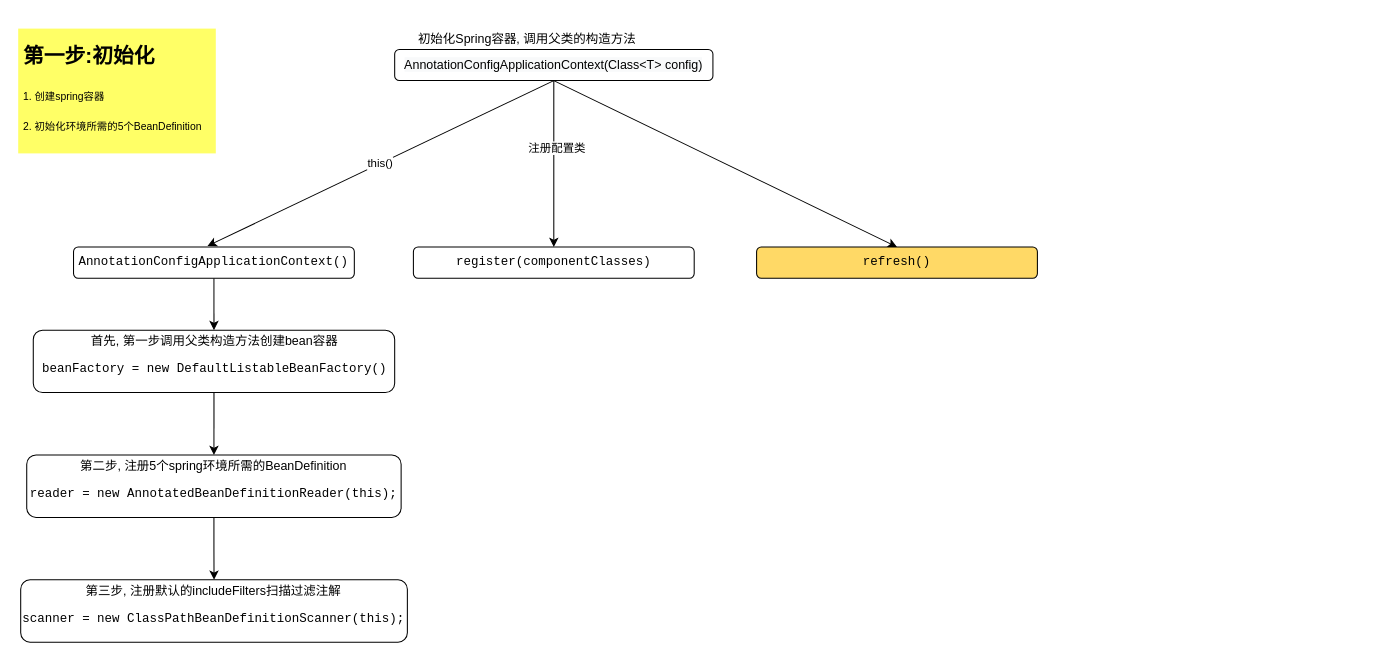
Earlier version of the draw.io diagram runninpanda/framework/spring/Spring.drawio (naccoit/drawio). Source tidied: cells renumbered, new cells numbered last; positions are measured from the earlier drawing's top-left corner, leaving out a move shared by most shapes. Both pictures are drawn from the tidied source at 104%, with x=0, y=0 at pixel (18, 28).
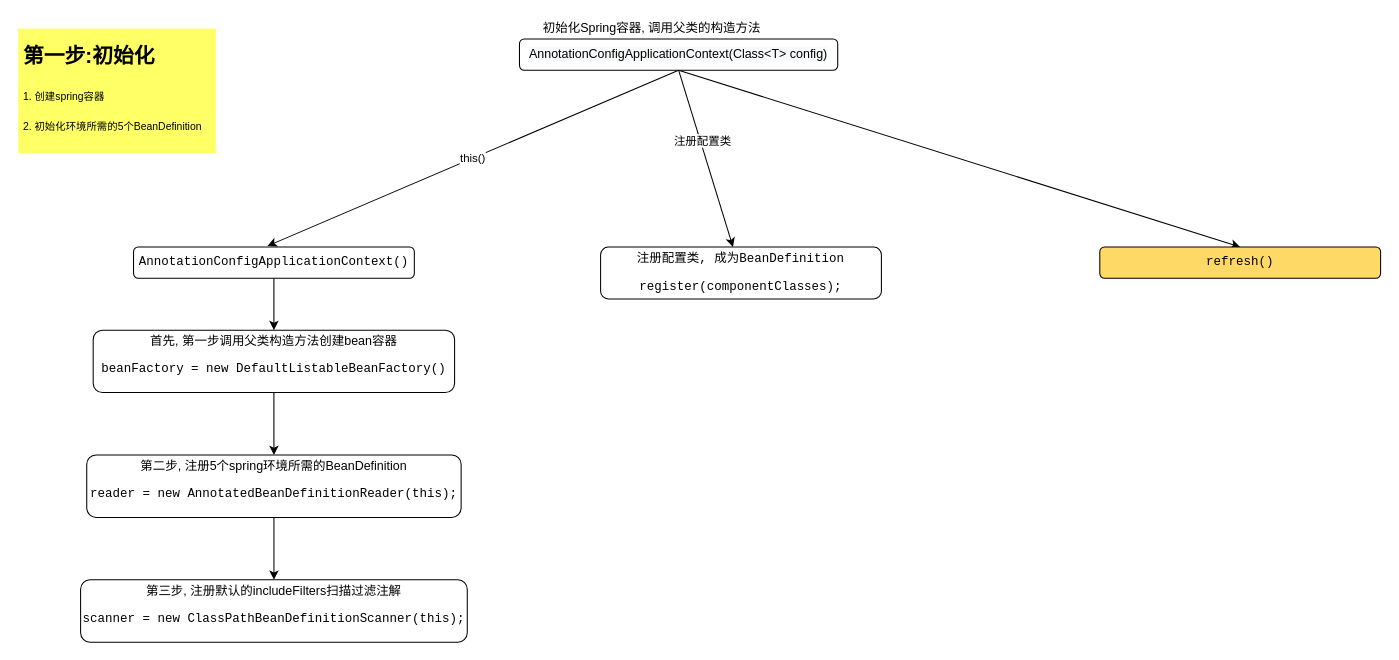
The same diagram, later.

The edit, as a diff of the source:
```diff
@@
 <mxGraphModel>
   <root>
     <mxCell id="0" />
     <mxCell id="1" parent="0" />
     <mxCell id="2" value="this()" style="rounded=0;jettySize=auto;html=1;exitX=0.5;exitY=1;exitDx=0;exitDy=0;entryX=0.477;entryY=-0.033;entryDx=0;entryDy=0;entryPerimeter=0;" parent="1" edge="1" source="6" target="10">
       <mxGeometry relative="1" as="geometry" />
     </mxCell>
     <mxCell id="3" style="rounded=0;jettySize=auto;html=1;exitX=0.5;exitY=1;exitDx=0;exitDy=0;" parent="1" edge="1" source="6" target="11">
       <mxGeometry relative="1" as="geometry" />
     </mxCell>
     <mxCell id="4" value="注册配置类" style="edgeLabel;html=1;align=center;verticalAlign=middle;" parent="3" vertex="1">
       <mxGeometry x="-0.2" y="2" relative="1" as="geometry" />
     </mxCell>
     <mxCell id="5" style="edgeStyle=none;rounded=0;jettySize=auto;html=1;exitX=0.5;exitY=1;exitDx=0;exitDy=0;entryX=0.5;entryY=0;entryDx=0;entryDy=0;" parent="1" edge="1" source="6" target="12">
       <mxGeometry relative="1" as="geometry" />
     </mxCell>
     <mxCell id="6" value="&lt;span style=&quot;color: rgb(0 , 0 , 0) ; font-family: &amp;#34;helvetica&amp;#34; ; font-size: 12px ; font-style: normal ; font-weight: 400 ; letter-spacing: normal ; text-align: center ; text-indent: 0px ; text-transform: none ; word-spacing: 0px ; background-color: rgb(248 , 249 , 250) ; display: inline ; float: none&quot;&gt;AnnotationConfigApplicationContext(Class&amp;lt;T&amp;gt; config)&lt;/span&gt;" style="rounded=1;whiteSpace=wrap;html=1;" parent="1" vertex="1">
-      <mxGeometry x="362" y="20" width="306" height="30" as="geometry" />
+      <mxGeometry x="482" y="10" width="306" height="30" as="geometry" />
     </mxCell>
     <mxCell id="7" value="初始化Spring容器, 调用父类的构造方法" style="text;html=1;strokeColor=none;fillColor=none;align=center;verticalAlign=middle;whiteSpace=wrap;rounded=0;" parent="1" vertex="1">
-      <mxGeometry x="380" width="219" height="20" as="geometry" />
+      <mxGeometry x="500" y="-10" width="219" height="20" as="geometry" />
     </mxCell>
     <mxCell id="8" value="&lt;h1&gt;&lt;sub&gt;第一步:初始化&lt;/sub&gt;&lt;/h1&gt;&lt;p&gt;&lt;sub&gt;1. 创建spring容器&lt;/sub&gt;&lt;/p&gt;&lt;p&gt;&lt;sub&gt;2. 初始化环境所需的5个BeanDefinition&lt;/sub&gt;&lt;/p&gt;&lt;p&gt;&lt;br&gt;&lt;/p&gt;" style="text;html=1;strokeColor=none;fillColor=#FFFF66;spacing=5;spacingTop=-20;whiteSpace=wrap;overflow=hidden;rounded=0;" parent="1" vertex="1">
       <mxGeometry width="190" height="120" as="geometry" />
     </mxCell>
     <mxCell id="9" style="edgeStyle=none;rounded=0;jettySize=auto;html=1;" parent="1" edge="1" source="10" target="14">
       <mxGeometry relative="1" as="geometry" />
     </mxCell>
     <mxCell id="10" value="&lt;pre&gt;&lt;pre&gt;AnnotationConfigApplicationContext()&lt;/pre&gt;&lt;/pre&gt;" style="rounded=1;whiteSpace=wrap;html=1;labelBackgroundColor=none;fillColor=#FFFFFF;" parent="1" vertex="1">
-      <mxGeometry x="53.2" y="210" width="270" height="30" as="geometry" />
+      <mxGeometry x="110.9" y="210" width="270" height="30" as="geometry" />
     </mxCell>
-    <mxCell id="11" value="&lt;pre&gt;&lt;pre&gt;&lt;pre&gt;register(componentClasses)&lt;/pre&gt;&lt;/pre&gt;&lt;/pre&gt;" style="rounded=1;whiteSpace=wrap;html=1;labelBackgroundColor=none;fillColor=#FFFFFF;" parent="1" vertex="1">
-      <mxGeometry x="380" y="210" width="270" height="30" as="geometry" />
+    <mxCell id="11" value="&lt;pre&gt;&lt;pre&gt;&lt;pre&gt;注册配置类, 成为BeanDefinition&lt;/pre&gt;&lt;pre&gt;register(componentClasses);&lt;/pre&gt;&lt;/pre&gt;&lt;/pre&gt;" style="rounded=1;whiteSpace=wrap;html=1;labelBackgroundColor=none;fillColor=#FFFFFF;" parent="1" vertex="1">
+      <mxGeometry x="560" y="210" width="270" height="50" as="geometry" />
     </mxCell>
     <mxCell id="12" value="&lt;pre&gt;&lt;pre&gt;&lt;pre&gt;&lt;pre&gt;refresh()&lt;/pre&gt;&lt;/pre&gt;&lt;/pre&gt;&lt;/pre&gt;" style="rounded=1;whiteSpace=wrap;html=1;labelBackgroundColor=none;fillColor=#FFD966;" parent="1" vertex="1">
-      <mxGeometry x="710" y="210" width="270" height="30" as="geometry" />
+      <mxGeometry x="1040" y="210" width="270" height="30" as="geometry" />
     </mxCell>
     <mxCell id="13" style="edgeStyle=none;rounded=0;jettySize=auto;html=1;" parent="1" edge="1" source="14" target="16">
       <mxGeometry relative="1" as="geometry" />
     </mxCell>
     <mxCell id="14" value="首先, 第一步调用父类构造方法创建bean容器&lt;br&gt;&lt;pre&gt;beanFactory = new DefaultListableBeanFactory()&lt;/pre&gt;" style="whiteSpace=wrap;html=1;rounded=1;fillColor=#FFFFFF;" parent="1" vertex="1">
-      <mxGeometry x="14.5" y="290" width="347.5" height="60" as="geometry" />
+      <mxGeometry x="72.1" y="290" width="347.5" height="60" as="geometry" />
     </mxCell>
     <mxCell id="15" style="edgeStyle=orthogonalEdgeStyle;rounded=0;jettySize=auto;html=1;" parent="1" edge="1" source="16" target="17">
       <mxGeometry relative="1" as="geometry" />
     </mxCell>
     <mxCell id="16" value="第二步, 注册5个spring环境所需的BeanDefinition&lt;br&gt;&lt;pre&gt;reader = new AnnotatedBeanDefinitionReader(this);&lt;/pre&gt;" style="whiteSpace=wrap;html=1;rounded=1;fillColor=#FFFFFF;" parent="1" vertex="1">
-      <mxGeometry x="8.2" y="410" width="360" height="60" as="geometry" />
+      <mxGeometry x="65.9" y="410" width="360" height="60" as="geometry" />
     </mxCell>
     <mxCell id="17" value="第三步, 注册默认的&lt;span&gt;includeFilters&lt;/span&gt;&lt;span&gt;扫描过滤注解&lt;/span&gt;&lt;br&gt;&lt;pre&gt;&lt;pre&gt;scanner = new ClassPathBeanDefinitionScanner(this);&lt;/pre&gt;&lt;/pre&gt;" style="whiteSpace=wrap;html=1;rounded=1;fillColor=#FFFFFF;" parent="1" vertex="1">
-      <mxGeometry x="2.4" y="530" width="371.8" height="60" as="geometry" />
+      <mxGeometry x="60" y="530" width="371.8" height="60" as="geometry" />
     </mxCell>
   </root>
 </mxGraphModel>
```
